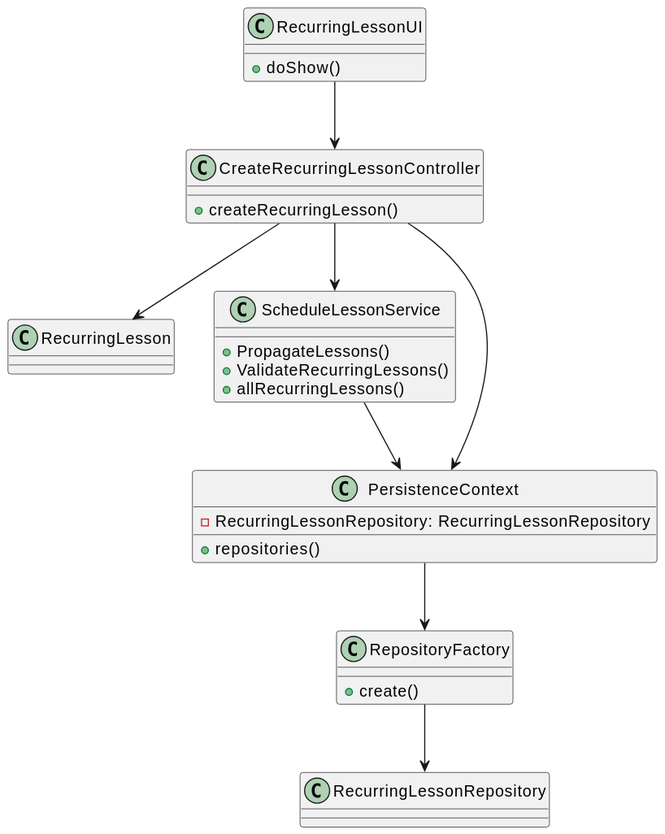
Above: docs/SPRINT B/US1010 - Schedule Class/US1010-CD.svg in mascenso/isep-sem4-lapr4 (PlantUML), before the change.
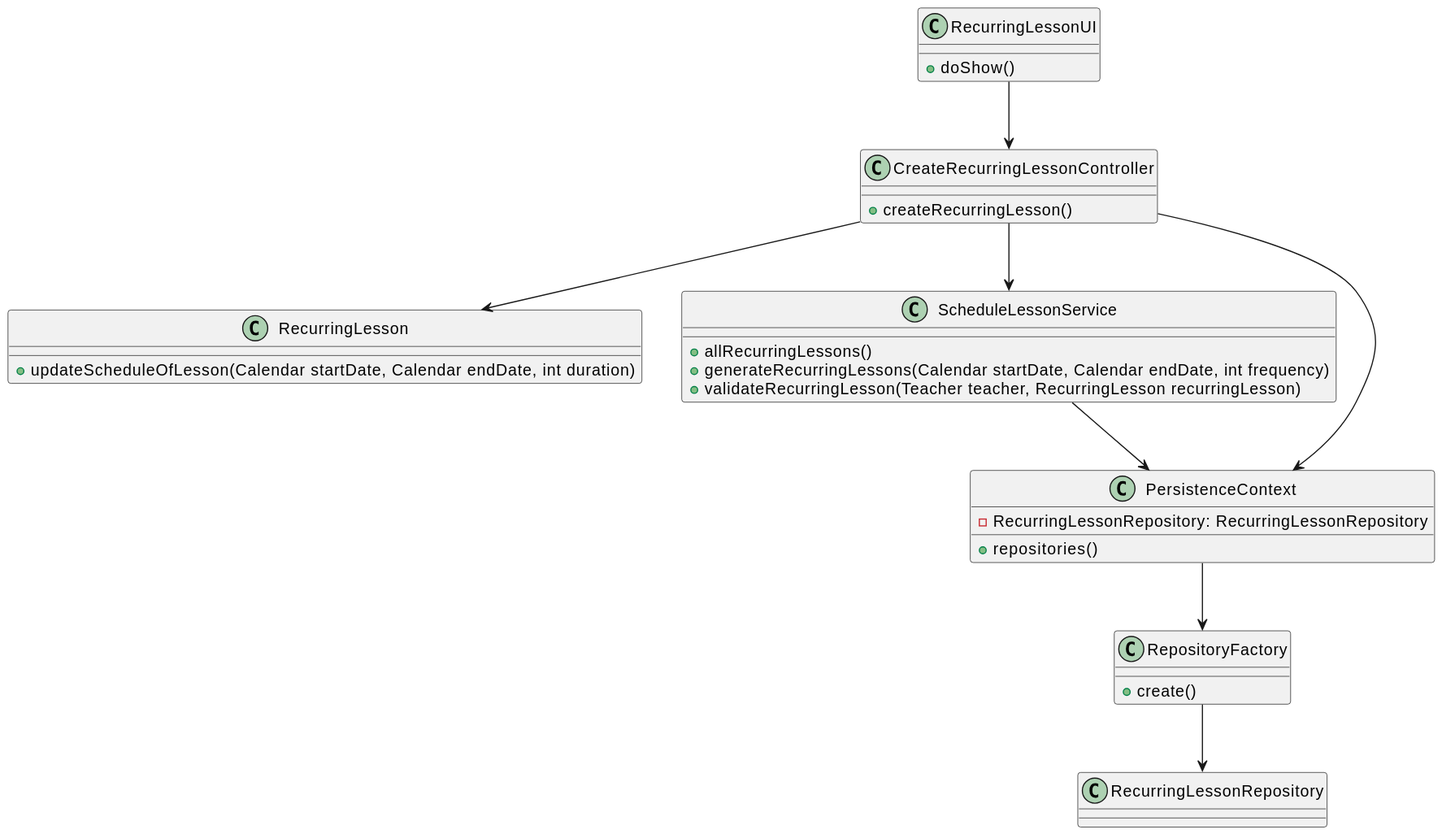
Later version of the same file.

Diff of the diagram source:
```diff
@@ -8,12 +8,13 @@
 }
 
 class RecurringLesson {
+    +updateScheduleOfLesson(Calendar startDate, Calendar endDate, int duration)
 }
 
 class ScheduleLessonService {
-    +PropagateLessons()
-    +ValidateRecurringLessons()
     +allRecurringLessons()
+    +generateRecurringLessons(Calendar startDate, Calendar endDate, int frequency)
+    +validateRecurringLesson(Teacher teacher, RecurringLesson recurringLesson)
 }
 
 class RepositoryFactory {
```
